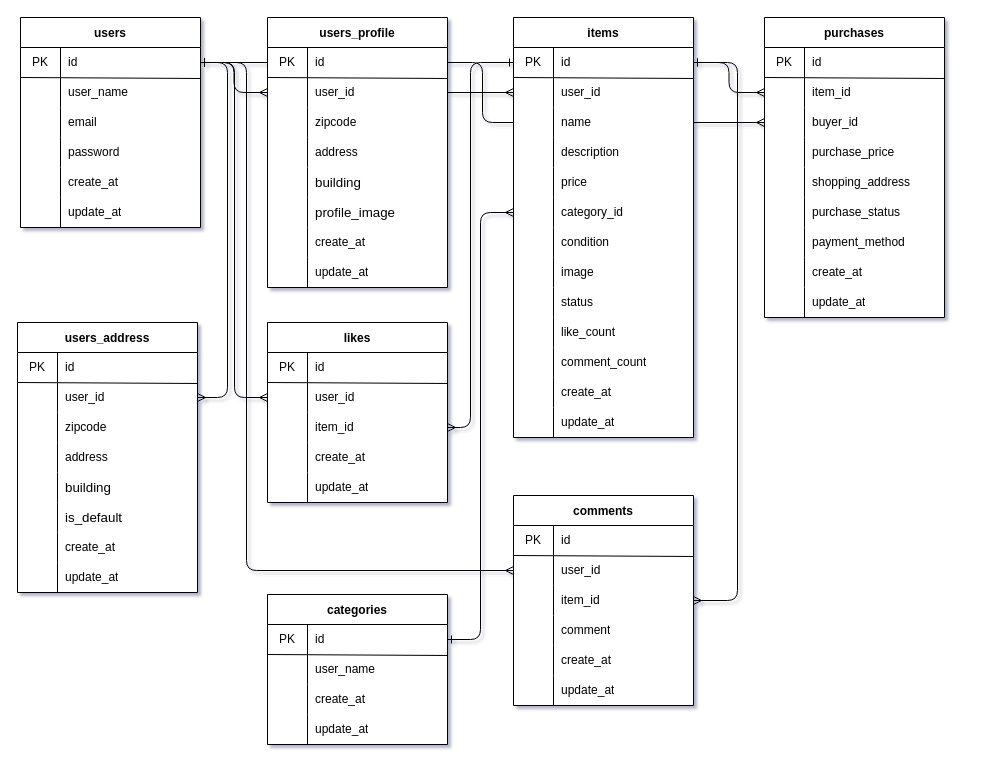
Above: erd.dio in shun1019/coachtech-flea-market-app (draw.io), before the change. Source tidied: cells renumbered, new cells numbered last; positions are measured from the earlier drawing's top-left corner, leaving out a move shared by most shapes. Both pictures are drawn from the tidied source at 100%, with x=0, y=0 at pixel (17, 17).
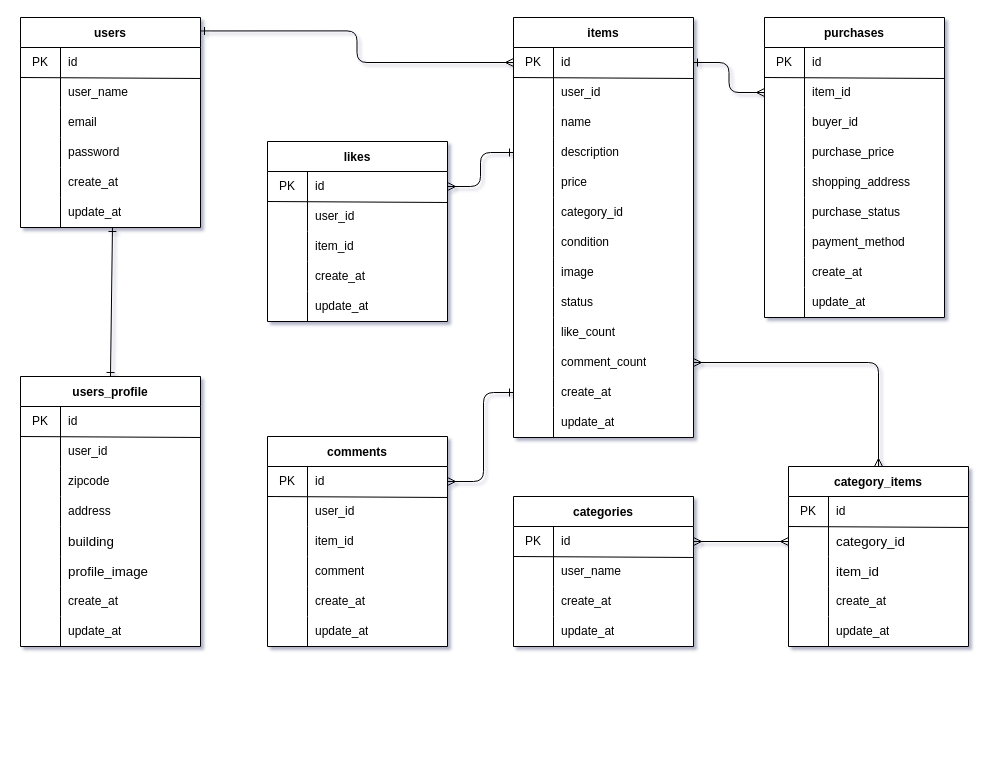
The same page after the edit.

Unchanged cells that the change refers to:
```xml
<mxCell id="5" value="users" style="shape=table;startSize=30;childLayout=tableLayout;rowLines=0;fontStyle=1;fontColor=#000000;labelBackgroundColor=#FFFFFF;fillColor=#fff;strokeColor=#000000;swimlaneFillColor=#FFFFFF;" parent="1" vertex="1">
  <mxGeometry x="3" width="180" height="210" as="geometry" />
</mxCell>
<mxCell id="6" style="shape=tableRow;horizontal=0;startSize=0;swimlaneHead=0;swimlaneBody=0;top=0;left=0;bottom=0;right=0;fillColor=none;points=[[0,0.5],[1,0.5]];portConstraint=eastwest;fontColor=#000000;" parent="5" vertex="1">
  <mxGeometry y="30" width="180" height="30" as="geometry" />
</mxCell>
<mxCell id="21" style="shape=tableRow;horizontal=0;startSize=0;swimlaneHead=0;swimlaneBody=0;top=0;left=0;bottom=0;right=0;fillColor=none;points=[[0,0.5],[1,0.5]];portConstraint=eastwest;fontColor=#000000;" parent="5" vertex="1">
  <mxGeometry y="180" width="180" height="30" as="geometry" />
</mxCell>
<mxCell id="32" style="shape=tableRow;horizontal=0;startSize=0;swimlaneHead=0;swimlaneBody=0;top=0;left=0;bottom=0;right=0;fillColor=none;points=[[0,0.5],[1,0.5]];portConstraint=eastwest;fontColor=#000000;" parent="25" vertex="1">
  <mxGeometry y="90" width="180" height="30" as="geometry" />
</mxCell>
<mxCell id="56" style="shape=tableRow;horizontal=0;startSize=0;swimlaneHead=0;swimlaneBody=0;top=0;left=0;bottom=0;right=0;fillColor=none;points=[[0,0.5],[1,0.5]];portConstraint=eastwest;fontColor=#000000;" parent="55" vertex="1">
  <mxGeometry y="30" width="180" height="30" as="geometry" />
</mxCell>
<mxCell id="59" style="shape=tableRow;horizontal=0;startSize=0;swimlaneHead=0;swimlaneBody=0;top=0;left=0;bottom=0;right=0;fillColor=none;points=[[0,0.5],[1,0.5]];portConstraint=eastwest;fontColor=#000000;" parent="55" vertex="1">
  <mxGeometry y="60" width="180" height="30" as="geometry" />
</mxCell>
<mxCell id="65" style="shape=tableRow;horizontal=0;startSize=0;swimlaneHead=0;swimlaneBody=0;top=0;left=0;bottom=0;right=0;fillColor=none;points=[[0,0.5],[1,0.5]];portConstraint=eastwest;fontColor=#000000;" parent="55" vertex="1">
  <mxGeometry y="120" width="180" height="30" as="geometry" />
</mxCell>
<mxCell id="71" style="shape=tableRow;horizontal=0;startSize=0;swimlaneHead=0;swimlaneBody=0;top=0;left=0;bottom=0;right=0;fillColor=none;points=[[0,0.5],[1,0.5]];portConstraint=eastwest;fontColor=#000000;" parent="55" vertex="1">
  <mxGeometry y="180" width="180" height="30" as="geometry" />
</mxCell>
<mxCell id="86" style="shape=tableRow;horizontal=0;startSize=0;swimlaneHead=0;swimlaneBody=0;top=0;left=0;bottom=0;right=0;fillColor=none;points=[[0,0.5],[1,0.5]];portConstraint=eastwest;fontColor=#000000;" parent="55" vertex="1">
  <mxGeometry y="330" width="180" height="30" as="geometry" />
</mxCell>
<mxCell id="89" style="shape=tableRow;horizontal=0;startSize=0;swimlaneHead=0;swimlaneBody=0;top=0;left=0;bottom=0;right=0;fillColor=none;points=[[0,0.5],[1,0.5]];portConstraint=eastwest;fontColor=#000000;" parent="55" vertex="1">
  <mxGeometry y="360" width="180" height="30" as="geometry" />
</mxCell>
<mxCell id="98" style="shape=tableRow;horizontal=0;startSize=0;swimlaneHead=0;swimlaneBody=0;top=0;left=0;bottom=0;right=0;fillColor=none;points=[[0,0.5],[1,0.5]];portConstraint=eastwest;fontColor=#000000;" parent="97" vertex="1">
  <mxGeometry y="30" width="180" height="30" as="geometry" />
</mxCell>
<mxCell id="101" style="shape=tableRow;horizontal=0;startSize=0;swimlaneHead=0;swimlaneBody=0;top=0;left=0;bottom=0;right=0;fillColor=none;points=[[0,0.5],[1,0.5]];portConstraint=eastwest;fontColor=#000000;" parent="97" vertex="1">
  <mxGeometry y="60" width="180" height="30" as="geometry" />
</mxCell>
<mxCell id="104" style="shape=tableRow;horizontal=0;startSize=0;swimlaneHead=0;swimlaneBody=0;top=0;left=0;bottom=0;right=0;fillColor=none;points=[[0,0.5],[1,0.5]];portConstraint=eastwest;fontColor=#000000;" parent="97" vertex="1">
  <mxGeometry y="90" width="180" height="30" as="geometry" />
</mxCell>
<mxCell id="118" style="shape=tableRow;horizontal=0;startSize=0;swimlaneHead=0;swimlaneBody=0;top=0;left=0;bottom=0;right=0;fillColor=none;points=[[0,0.5],[1,0.5]];portConstraint=eastwest;fontColor=#000000;" parent="117" vertex="1">
  <mxGeometry y="30" width="180" height="30" as="geometry" />
</mxCell>
<mxCell id="132" style="shape=tableRow;horizontal=0;startSize=0;swimlaneHead=0;swimlaneBody=0;top=0;left=0;bottom=0;right=0;fillColor=none;points=[[0,0.5],[1,0.5]];portConstraint=eastwest;fontColor=#000000;" parent="131" vertex="1">
  <mxGeometry y="30" width="180" height="30" as="geometry" />
</mxCell>
<mxCell id="135" style="shape=tableRow;horizontal=0;startSize=0;swimlaneHead=0;swimlaneBody=0;top=0;left=0;bottom=0;right=0;fillColor=none;points=[[0,0.5],[1,0.5]];portConstraint=eastwest;fontColor=#000000;" parent="131" vertex="1">
  <mxGeometry y="60" width="180" height="30" as="geometry" />
</mxCell>
<mxCell id="138" style="shape=tableRow;horizontal=0;startSize=0;swimlaneHead=0;swimlaneBody=0;top=0;left=0;bottom=0;right=0;fillColor=none;points=[[0,0.5],[1,0.5]];portConstraint=eastwest;fontColor=#000000;" parent="131" vertex="1">
  <mxGeometry y="90" width="180" height="30" as="geometry" />
</mxCell>
<mxCell id="152" style="shape=tableRow;horizontal=0;startSize=0;swimlaneHead=0;swimlaneBody=0;top=0;left=0;bottom=0;right=0;fillColor=none;points=[[0,0.5],[1,0.5]];portConstraint=eastwest;fontColor=#000000;" parent="148" vertex="1">
  <mxGeometry y="60" width="180" height="30" as="geometry" />
</mxCell>
```

What changed in the source:
```diff
@@
-    <mxCell id="2" style="edgeStyle=orthogonalEdgeStyle;html=1;entryX=1;entryY=0.5;entryDx=0;entryDy=0;strokeColor=#000000;startArrow=ERmany;startFill=0;endArrow=ERone;endFill=0;" parent="1" edge="1" source="59" target="6">
+    <mxCell id="2" style="html=1;strokeColor=#000000;startArrow=ERmany;startFill=0;endArrow=ERone;endFill=0;entryX=1;entryY=0.064;entryDx=0;entryDy=0;entryPerimeter=0;exitX=0;exitY=0.5;exitDx=0;exitDy=0;edgeStyle=orthogonalEdgeStyle;" parent="1" edge="1" source="56" target="5">
       <mxGeometry relative="1" as="geometry" />
     </mxCell>
-    <mxCell id="3" style="edgeStyle=orthogonalEdgeStyle;html=1;strokeColor=#000000;startArrow=ERmany;startFill=0;endArrow=ERone;endFill=0;" parent="1" edge="1" source="71" target="118">
-      <mxGeometry relative="1" as="geometry" />
-    </mxCell>
-    <mxCell id="4" style="edgeStyle=orthogonalEdgeStyle;html=1;exitX=0;exitY=0.5;exitDx=0;exitDy=0;entryX=1;entryY=0.5;entryDx=0;entryDy=0;strokeColor=#000000;startArrow=ERmany;startFill=0;endArrow=ERone;endFill=0;" parent="1" edge="1" source="32" target="6">
-      <mxGeometry relative="1" as="geometry" />
-    </mxCell>
@@
-    <mxCell id="54" style="edgeStyle=orthogonalEdgeStyle;html=1;strokeColor=#000000;exitX=0;exitY=0.5;exitDx=0;exitDy=0;startArrow=ERmany;startFill=0;endArrow=ERone;endFill=0;entryX=1;entryY=0.5;entryDx=0;entryDy=0;" parent="1" edge="1" source="101" target="6">
-      <mxGeometry relative="1" as="geometry">
-        <Array as="points">
-          <mxPoint x="229" y="553" />
-          <mxPoint x="229" y="45" />
-        </Array>
-      </mxGeometry>
-    </mxCell>
@@
-    <mxCell id="96" style="edgeStyle=orthogonalEdgeStyle;html=1;strokeColor=#000000;entryX=1;entryY=0.5;entryDx=0;entryDy=0;exitX=1;exitY=0.5;exitDx=0;exitDy=0;startArrow=ERmany;startFill=0;endArrow=ERone;endFill=0;" parent="1" edge="1" source="104" target="56">
+    <mxCell id="96" style="edgeStyle=orthogonalEdgeStyle;html=1;strokeColor=#000000;exitX=1;exitY=0.5;exitDx=0;exitDy=0;startArrow=ERmany;startFill=0;endArrow=ERone;endFill=0;entryX=0;entryY=0.5;entryDx=0;entryDy=0;" parent="1" edge="1" source="98" target="89">
       <mxGeometry relative="1" as="geometry">
         <Array as="points">
-          <mxPoint x="720" y="583" />
-          <mxPoint x="720" y="45" />
+          <mxPoint x="466" y="464" />
+          <mxPoint x="466" y="375" />
         </Array>
       </mxGeometry>
     </mxCell>
     <mxCell id="97" value="comments" style="shape=table;startSize=30;childLayout=tableLayout;rowLines=0;fontStyle=1;fontColor=#000000;labelBackgroundColor=#FFFFFF;fillColor=#fff;strokeColor=#000000;fillStyle=auto;swimlaneLine=1;swimlaneFillColor=#FFFFFF;" parent="1" vertex="1">
-      <mxGeometry x="496" y="478" width="180" height="210" as="geometry" />
+      <mxGeometry x="250" y="419" width="180" height="210" as="geometry" />
     </mxCell>
@@
     <mxCell id="117" value="categories" style="shape=table;startSize=30;childLayout=tableLayout;rowLines=0;fontStyle=1;fontColor=#000000;labelBackgroundColor=#FFFFFF;fillColor=#fff;strokeColor=#000000;fillStyle=auto;swimlaneLine=1;swimlaneFillColor=#FFFFFF;" parent="1" vertex="1">
-      <mxGeometry x="250" y="577" width="180" height="150" as="geometry" />
+      <mxGeometry x="496" y="479" width="180" height="150" as="geometry" />
     </mxCell>
@@
     <mxCell id="131" value="likes" style="shape=table;startSize=30;childLayout=tableLayout;rowLines=0;fontStyle=1;fontColor=#000000;labelBackgroundColor=#FFFFFF;fillColor=#fff;strokeColor=#000000;fillStyle=auto;swimlaneLine=1;swimlaneFillColor=#FFFFFF;" parent="1" vertex="1">
-      <mxGeometry x="250" y="305" width="180" height="180" as="geometry" />
+      <mxGeometry x="250" y="124" width="180" height="180" as="geometry" />
     </mxCell>
@@
     <mxCell id="148" value="users_profile" style="shape=table;startSize=30;childLayout=tableLayout;rowLines=0;fontStyle=1;fontColor=#000000;labelBackgroundColor=#FFFFFF;fillColor=#fff;strokeColor=#000000;swimlaneFillColor=#FFFFFF;" parent="1" vertex="1">
-      <mxGeometry x="250" width="180" height="270" as="geometry" />
+      <mxGeometry x="3" y="359" width="180" height="270" as="geometry" />
     </mxCell>
@@
-    <mxCell id="174" style="edgeStyle=orthogonalEdgeStyle;html=1;strokeColor=#000000;startArrow=ERmany;startFill=0;endArrow=ERone;endFill=0;" parent="1" edge="1" source="135" target="6">
-      <mxGeometry relative="1" as="geometry">
-        <Array as="points">
-          <mxPoint x="217" y="380" />
-          <mxPoint x="217" y="45" />
-        </Array>
-      </mxGeometry>
-    </mxCell>
-    <mxCell id="175" style="edgeStyle=orthogonalEdgeStyle;html=1;strokeColor=#000000;startArrow=ERmany;startFill=0;endArrow=ERone;endFill=0;" parent="1" edge="1" source="138" target="56">
-      <mxGeometry relative="1" as="geometry">
-        <Array as="points">
-          <mxPoint x="453" y="410" />
-          <mxPoint x="453" y="45" />
-        </Array>
-      </mxGeometry>
+    <mxCell id="175" style="html=1;strokeColor=#000000;startArrow=ERmany;startFill=0;endArrow=ERone;endFill=0;exitX=1;exitY=0.5;exitDx=0;exitDy=0;edgeStyle=orthogonalEdgeStyle;entryX=0;entryY=0.5;entryDx=0;entryDy=0;" parent="1" edge="1" source="132" target="65">
+      <mxGeometry relative="1" as="geometry" />
     </mxCell>
@@
-    <mxCell id="177" style="edgeStyle=orthogonalEdgeStyle;html=1;strokeColor=#000000;startArrow=ERmany;startFill=0;endArrow=ERone;endFill=0;" parent="1" edge="1" source="152" target="6">
+    <mxCell id="177" style="html=1;strokeColor=#000000;startArrow=ERone;startFill=0;endArrow=ERone;endFill=0;exitX=0.5;exitY=0;exitDx=0;exitDy=0;entryX=0.511;entryY=1;entryDx=0;entryDy=0;entryPerimeter=0;" parent="1" edge="1" source="148" target="21">
       <mxGeometry relative="1" as="geometry" />
     </mxCell>
-    <mxCell id="178" value="users_address" style="shape=table;startSize=30;childLayout=tableLayout;rowLines=0;fontStyle=1;fontColor=#000000;labelBackgroundColor=#FFFFFF;fillColor=#fff;strokeColor=#000000;swimlaneFillColor=#FFFFFF;" parent="1" vertex="1">
-      <mxGeometry y="305" width="180" height="270" as="geometry" />
+    <mxCell id="178" value="category_items" style="shape=table;startSize=30;childLayout=tableLayout;rowLines=0;fontStyle=1;fontColor=#000000;labelBackgroundColor=#FFFFFF;fillColor=#fff;strokeColor=#000000;swimlaneFillColor=#FFFFFF;" parent="1" vertex="1">
+      <mxGeometry x="771" y="449" width="180" height="180" as="geometry" />
     </mxCell>
@@
-    <mxCell id="182" style="shape=tableRow;horizontal=0;startSize=0;swimlaneHead=0;swimlaneBody=0;top=0;left=0;bottom=0;right=0;fillColor=none;points=[[0,0.5],[1,0.5]];portConstraint=eastwest;fontColor=#000000;" parent="178" vertex="1">
-      <mxGeometry y="60" width="180" height="30" as="geometry" />
-    </mxCell>
-    <mxCell id="183" style="shape=partialRectangle;html=1;whiteSpace=wrap;fillColor=none;top=0;left=0;bottom=0;right=0;overflow=hidden;fontColor=#000000;" parent="182" vertex="1">
-      <mxGeometry width="40" height="30" as="geometry" />
-    </mxCell>
-    <mxCell id="184" value="user_id" style="shape=partialRectangle;html=1;whiteSpace=wrap;fillColor=none;top=0;left=0;bottom=0;right=0;align=left;spacingLeft=6;overflow=hidden;fontColor=#000000;" parent="182" vertex="1">
-      <mxGeometry x="40" width="140" height="30" as="geometry" />
-    </mxCell>
-    <mxCell id="185" style="shape=tableRow;horizontal=0;startSize=0;swimlaneHead=0;swimlaneBody=0;top=0;left=0;bottom=0;right=0;fillColor=none;fontColor=#000000;" parent="178" vertex="1">
-      <mxGeometry y="90" width="180" height="30" as="geometry" />
-    </mxCell>
-    <mxCell id="186" style="shape=partialRectangle;html=1;whiteSpace=wrap;fillColor=none;top=0;left=0;bottom=0;right=0;overflow=hidden;fontColor=#000000;" parent="185" vertex="1">
-      <mxGeometry width="40" height="30" as="geometry" />
-    </mxCell>
-    <mxCell id="187" value="zipcode" style="shape=partialRectangle;html=1;whiteSpace=wrap;fillColor=none;top=0;left=0;bottom=0;right=0;align=left;spacingLeft=6;overflow=hidden;fontColor=#000000;" parent="185" vertex="1">
-      <mxGeometry x="40" width="140" height="30" as="geometry" />
-    </mxCell>
-    <mxCell id="188" style="shape=tableRow;horizontal=0;startSize=0;swimlaneHead=0;swimlaneBody=0;top=0;left=0;bottom=0;right=0;fillColor=none;fontColor=#000000;" parent="178" vertex="1">
-      <mxGeometry y="120" width="180" height="30" as="geometry" />
-    </mxCell>
-    <mxCell id="189" style="shape=partialRectangle;html=1;whiteSpace=wrap;fillColor=none;top=0;left=0;bottom=0;right=0;overflow=hidden;fontColor=#000000;" parent="188" vertex="1">
-      <mxGeometry width="40" height="30" as="geometry" />
-    </mxCell>
-    <mxCell id="190" value="address" style="shape=partialRectangle;html=1;whiteSpace=wrap;fillColor=none;top=0;left=0;bottom=0;right=0;align=left;spacingLeft=6;overflow=hidden;fontColor=#000000;" parent="188" vertex="1">
-      <mxGeometry x="40" width="140" height="30" as="geometry" />
-    </mxCell>
     <mxCell id="191" style="shape=tableRow;horizontal=0;startSize=0;swimlaneHead=0;swimlaneBody=0;top=0;left=0;bottom=0;right=0;fillColor=none;points=[[0,0.5],[1,0.5]];portConstraint=eastwest;fontColor=#000000;" parent="178" vertex="1">
-      <mxGeometry y="150" width="180" height="30" as="geometry" />
+      <mxGeometry y="60" width="180" height="30" as="geometry" />
     </mxCell>
@@
-    <mxCell id="193" value="&lt;span style=&quot;font-size:10pt;font-family:Arial;font-style:normal;&quot;&gt;building&lt;/span&gt;" style="shape=partialRectangle;html=1;whiteSpace=wrap;fillColor=none;top=0;left=0;bottom=0;right=0;align=left;spacingLeft=6;overflow=hidden;fontColor=#000000;" parent="191" vertex="1">
+    <mxCell id="193" value="&lt;span style=&quot;font-size:10pt;font-family:Arial;font-style:normal;&quot;&gt;category_id&lt;/span&gt;" style="shape=partialRectangle;html=1;whiteSpace=wrap;fillColor=none;top=0;left=0;bottom=0;right=0;align=left;spacingLeft=6;overflow=hidden;fontColor=#000000;" parent="191" vertex="1">
       <mxGeometry x="40" width="140" height="30" as="geometry" />
     </mxCell>
     <mxCell id="194" style="shape=tableRow;horizontal=0;startSize=0;swimlaneHead=0;swimlaneBody=0;top=0;left=0;bottom=0;right=0;fillColor=none;fontColor=#000000;" parent="178" vertex="1">
-      <mxGeometry y="180" width="180" height="30" as="geometry" />
+      <mxGeometry y="90" width="180" height="30" as="geometry" />
     </mxCell>
@@
-    <mxCell id="196" value="&lt;span style=&quot;font-size:10pt;font-family:Arial;font-style:normal;&quot;&gt;is_default&lt;/span&gt;" style="shape=partialRectangle;html=1;whiteSpace=wrap;fillColor=none;top=0;left=0;bottom=0;right=0;align=left;spacingLeft=6;overflow=hidden;fontColor=#000000;" parent="194" vertex="1">
+    <mxCell id="196" value="&lt;span style=&quot;font-size:10pt;font-family:Arial;font-style:normal;&quot;&gt;item_id&lt;/span&gt;" style="shape=partialRectangle;html=1;whiteSpace=wrap;fillColor=none;top=0;left=0;bottom=0;right=0;align=left;spacingLeft=6;overflow=hidden;fontColor=#000000;" parent="194" vertex="1">
       <mxGeometry x="40" width="140" height="30" as="geometry" />
     </mxCell>
     <mxCell id="197" style="shape=tableRow;horizontal=0;startSize=0;swimlaneHead=0;swimlaneBody=0;top=0;left=0;bottom=0;right=0;fillColor=none;fontColor=#000000;" parent="178" vertex="1">
-      <mxGeometry y="210" width="180" height="30" as="geometry" />
+      <mxGeometry y="120" width="180" height="30" as="geometry" />
     </mxCell>
@@
     <mxCell id="200" style="shape=tableRow;horizontal=0;startSize=0;swimlaneHead=0;swimlaneBody=0;top=0;left=0;bottom=0;right=0;fillColor=none;fontColor=#000000;" parent="178" vertex="1">
-      <mxGeometry y="240" width="180" height="30" as="geometry" />
+      <mxGeometry y="150" width="180" height="30" as="geometry" />
     </mxCell>
@@
-    <mxCell id="204" style="edgeStyle=orthogonalEdgeStyle;html=1;endArrow=ERone;endFill=0;strokeColor=#000000;startArrow=ERmany;startFill=0;entryX=1;entryY=0.5;entryDx=0;entryDy=0;" parent="1" edge="1" source="182" target="6">
-      <mxGeometry relative="1" as="geometry">
-        <Array as="points">
-          <mxPoint x="210" y="380" />
-          <mxPoint x="210" y="45" />
-        </Array>
-      </mxGeometry>
+    <mxCell id="204" style="html=1;strokeColor=#000000;startArrow=ERmany;startFill=0;endArrow=ERmany;endFill=0;exitX=1;exitY=0.5;exitDx=0;exitDy=0;entryX=0;entryY=0.5;entryDx=0;entryDy=0;" parent="1" edge="1" source="118" target="191">
+      <mxGeometry relative="1" as="geometry" />
     </mxCell>
+    <mxCell id="205" style="edgeStyle=orthogonalEdgeStyle;html=1;strokeColor=#000000;startArrow=ERmany;startFill=0;endArrow=ERmany;endFill=0;entryX=0.5;entryY=0;entryDx=0;entryDy=0;" parent="1" edge="1" source="86" target="178">
+      <mxGeometry relative="1" as="geometry" />
+    </mxCell>
```
